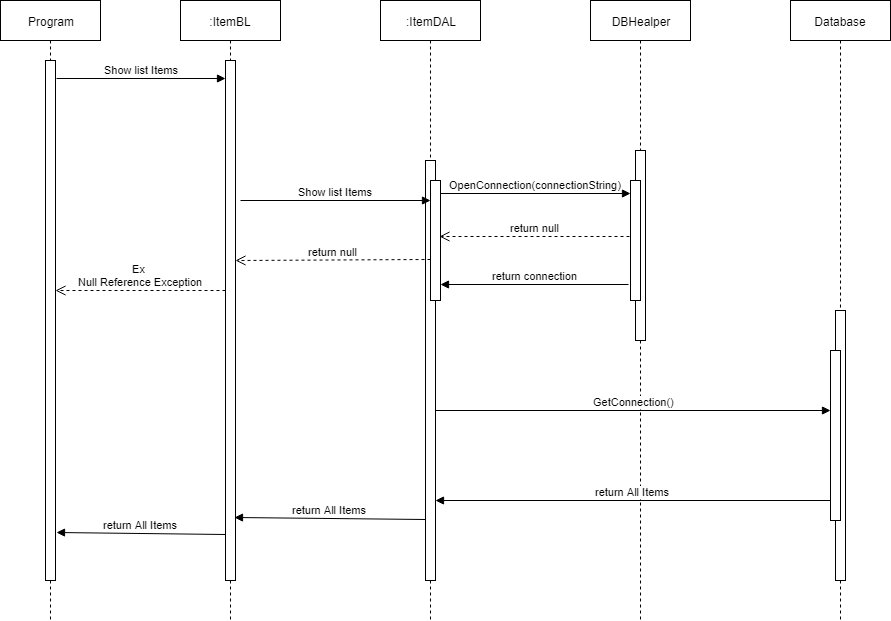
The draw.io diagram Document/Sequence Diagram/SD_ShowListItems.png in LinhNguyennnn/Shop_HeadPhone_G03, before a commit. Source tidied: cells renumbered, new cells last; positions are measured from the earlier drawing's top-left corner, leaving out a move shared by most shapes.
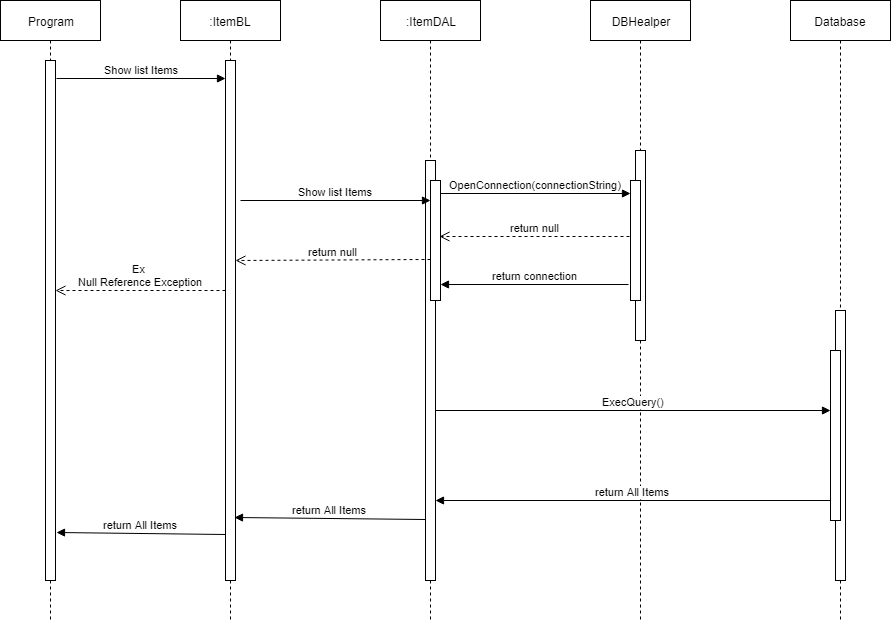
After the commit.

What changed in the source:
```diff
@@ -52,7 +52,7 @@
     <mxCell id="17" value="return connection" style="html=1;verticalAlign=bottom;endArrow=block;exitX=-0.2;exitY=0.867;exitDx=0;exitDy=0;exitPerimeter=0;" parent="1" edge="1" source="10" target="7">
       <mxGeometry relative="1" as="geometry" />
     </mxCell>
-    <mxCell id="18" value="GetConnection()" style="html=1;verticalAlign=bottom;endArrow=block;entryX=0;entryY=0.353;entryDx=0;entryDy=0;entryPerimeter=0;" parent="1" edge="1" source="6" target="13">
+    <mxCell id="18" value="&lt;div&gt;&lt;span&gt;ExecQuery()&lt;/span&gt;&lt;/div&gt;" style="html=1;verticalAlign=bottom;endArrow=block;entryX=0;entryY=0.353;entryDx=0;entryDy=0;entryPerimeter=0;" parent="1" edge="1" source="6" target="13">
       <mxGeometry relative="1" as="geometry" />
     </mxCell>
     <mxCell id="19" value="return All Items" style="html=1;verticalAlign=bottom;endArrow=block;exitX=0;exitY=0.882;exitDx=0;exitDy=0;exitPerimeter=0;" parent="1" edge="1" source="13" target="6">
```
